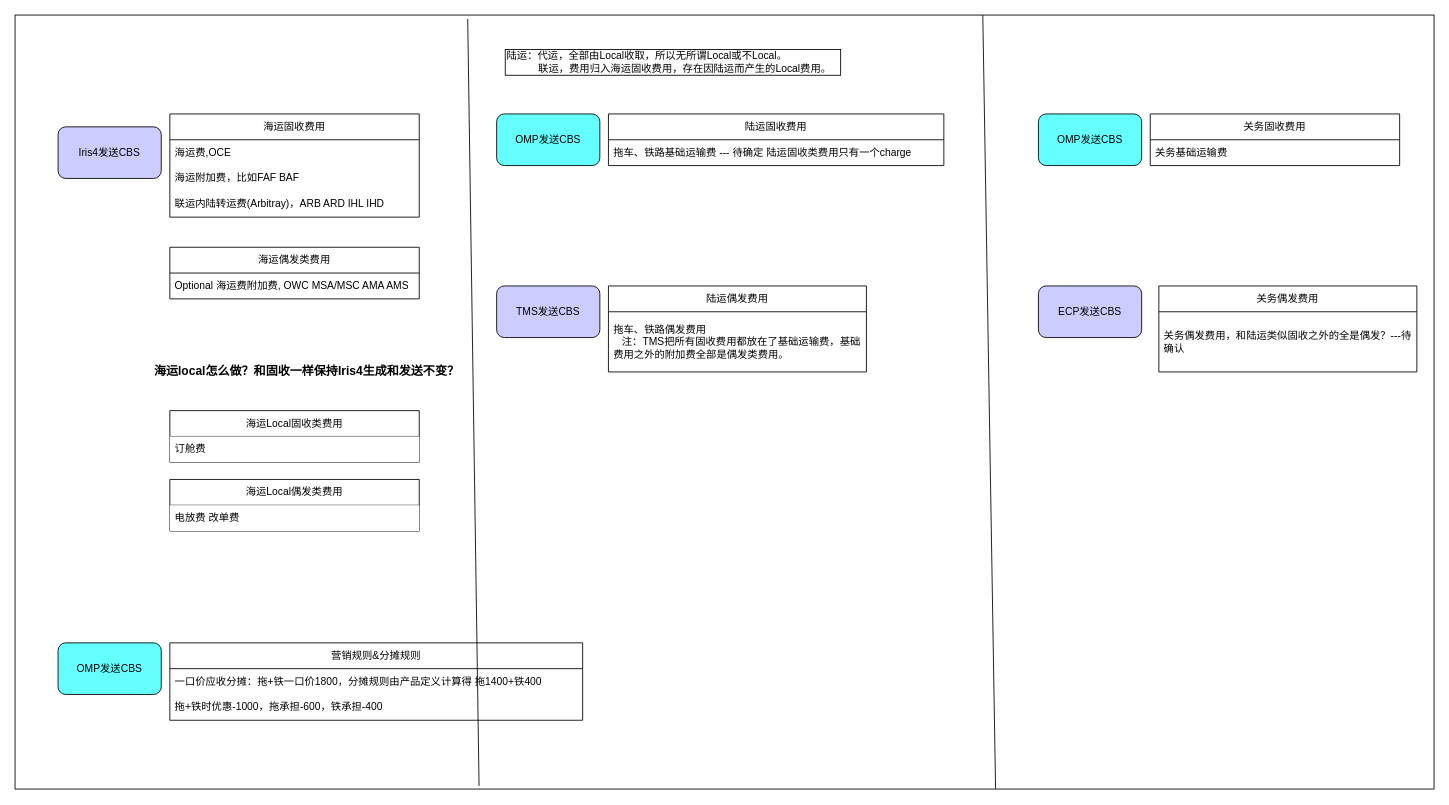
This is 计费模块-费用分类.drawio from Linsq0504/OMP, a draw.io file, before an edit. Source tidied: cells renumbered, new cells numbered last; positions are measured from the earlier drawing's top-left corner, leaving out a move shared by most shapes. Both pictures are drawn from the tidied source at 86%, with x=0, y=0 at pixel (15, 15).
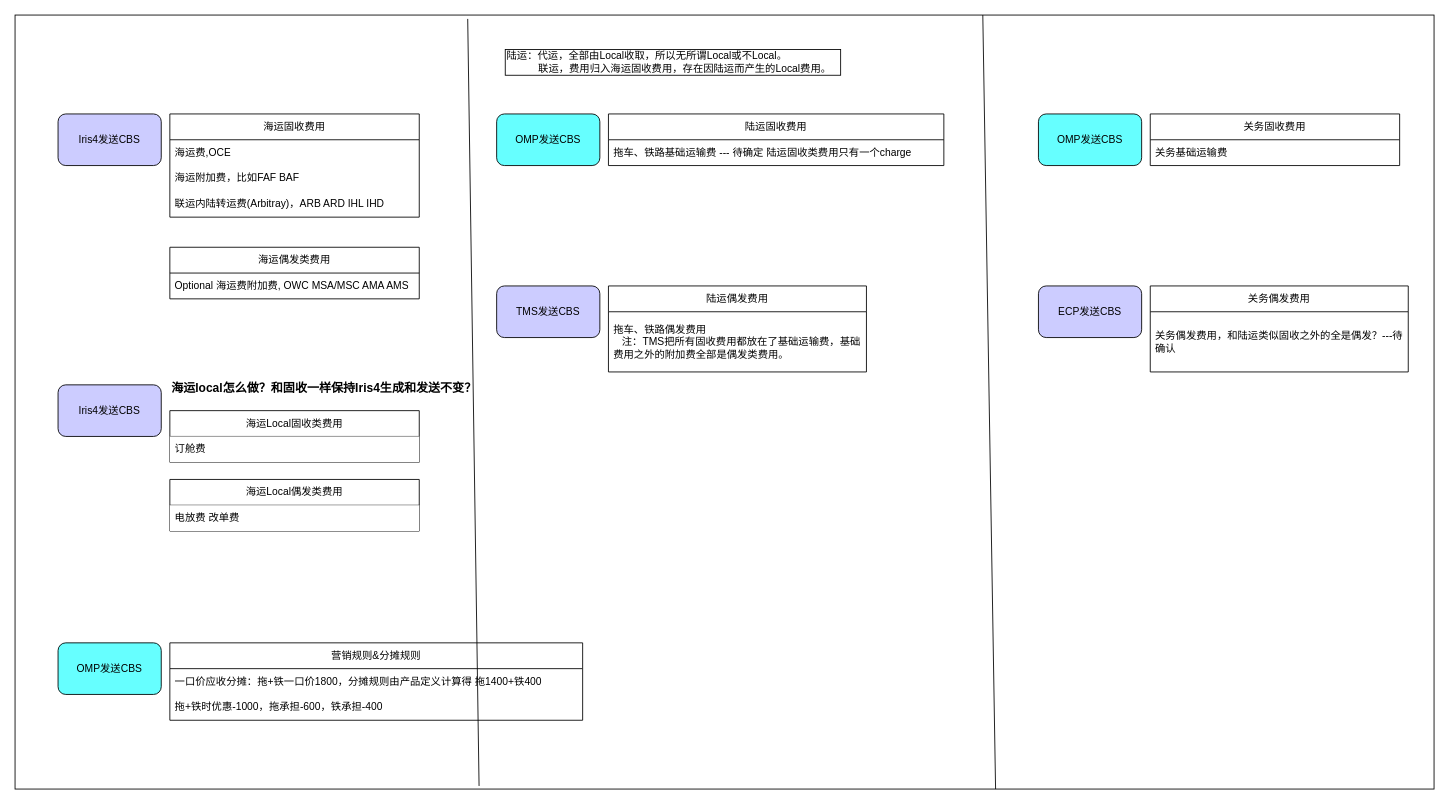
The same diagram, later.

Commit message:
更新计费模块-费用分类.drawio

Change to the diagram source:
```diff
@@
     <mxCell id="20" value="关务偶发费用" style="swimlane;fontStyle=0;horizontal=1;startSize=30;whiteSpace=wrap;html=1;" parent="1" vertex="1">
-      <mxGeometry x="1330" y="315" width="300" height="100" as="geometry" />
+      <mxGeometry x="1320" y="315" width="300" height="100" as="geometry" />
     </mxCell>
@@
     <mxCell id="24" value="&lt;h1 style=&quot;margin-top: 0px;&quot;&gt;&lt;font style=&quot;font-size: 14px;&quot;&gt;海运local怎么做？和固收一样保持Iris4生成和发送不变？&lt;/font&gt;&lt;/h1&gt;" style="text;html=1;whiteSpace=wrap;overflow=hidden;rounded=0;" parent="1" vertex="1">
-      <mxGeometry x="160" y="390" width="370" height="50" as="geometry" />
+      <mxGeometry x="180" y="410" width="370" height="50" as="geometry" />
     </mxCell>
@@
     <mxCell id="27" value="Iris4发送CBS" style="rounded=1;whiteSpace=wrap;html=1;roundedPerimeter=1;fillColor=#CCCCFF;" parent="1" vertex="1">
-      <mxGeometry x="50" y="130" width="120" height="60" as="geometry" />
+      <mxGeometry x="50" y="115" width="120" height="60" as="geometry" />
     </mxCell>
@@
+    <mxCell id="34" value="Iris4发送CBS" style="rounded=1;whiteSpace=wrap;html=1;roundedPerimeter=1;fillColor=#CCCCFF;" parent="1" vertex="1">
+      <mxGeometry x="50" y="430" width="120" height="60" as="geometry" />
+    </mxCell>
```
